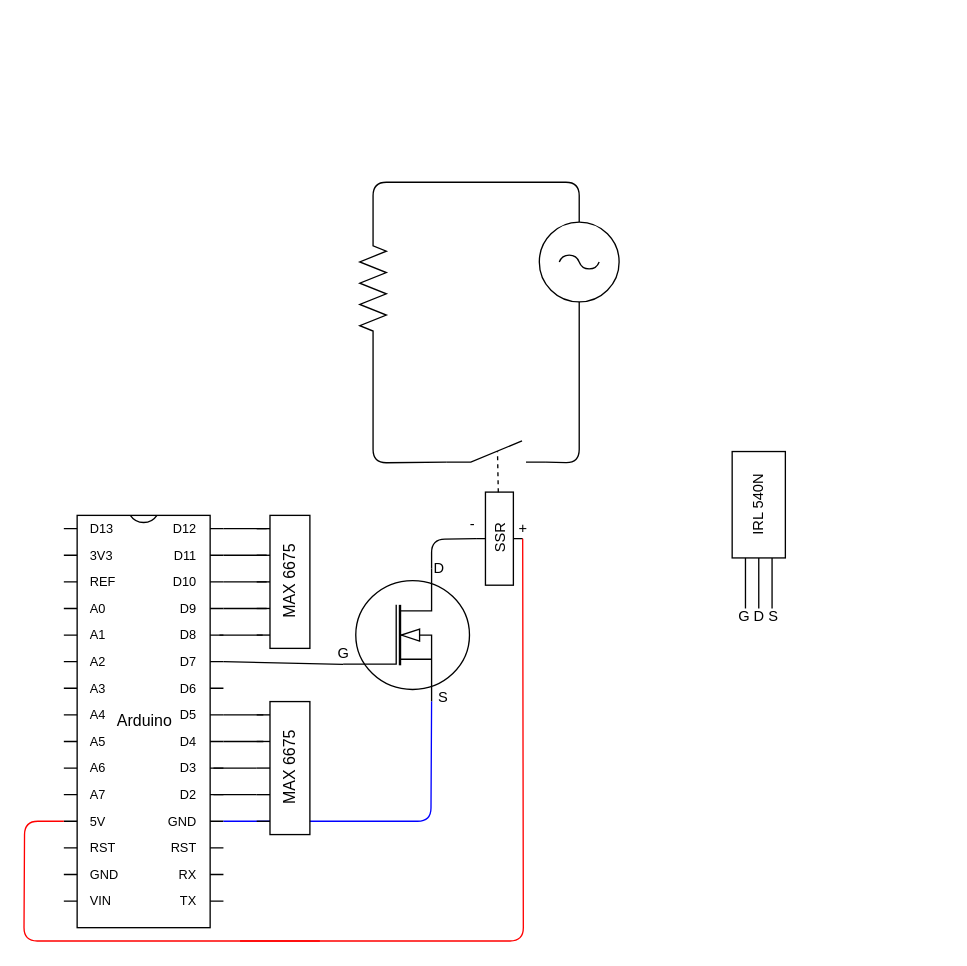
Before: schematics/Roaster.drawio in hallgeirl/coffee-roaster, a draw.io diagram. Source tidied: cells renumbered, new cells numbered last; positions are measured from the earlier drawing's top-left corner, leaving out a move shared by most shapes. Both pictures are drawn from the tidied source at 133%, with x=0, y=0 at pixel (24, 182).
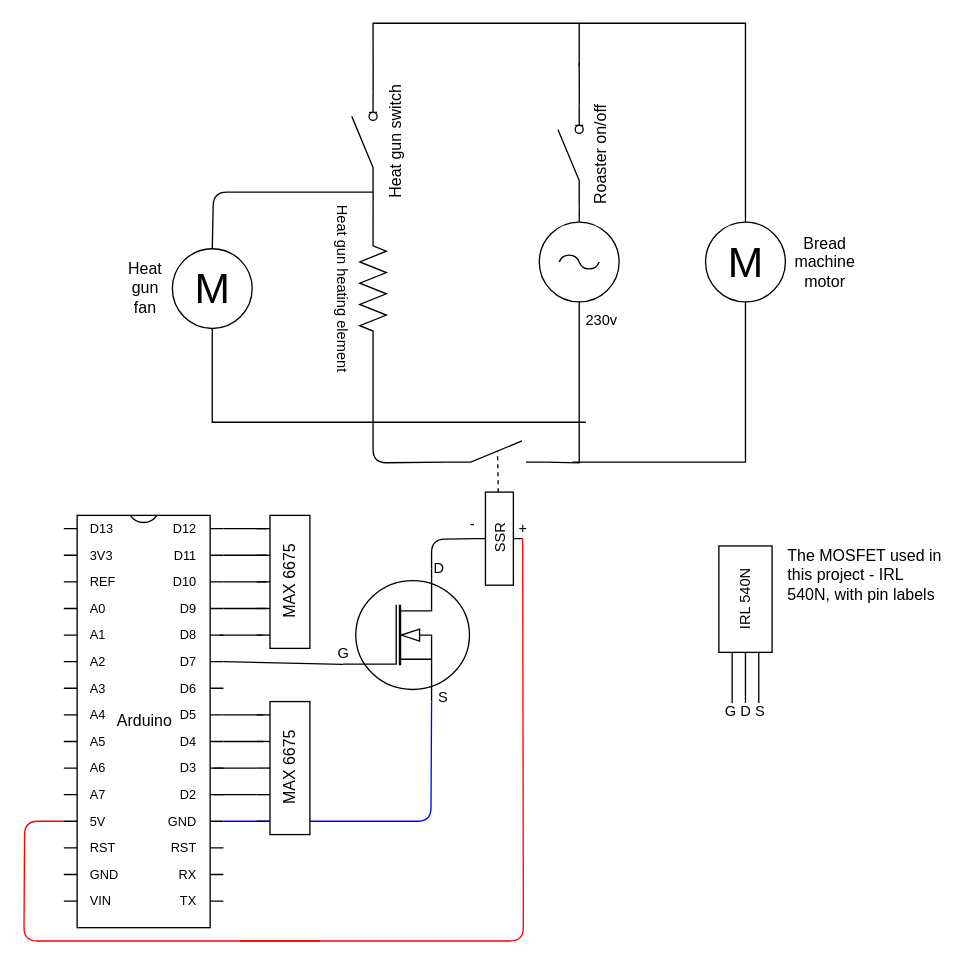
The same page after the edit.

The change refers to these unchanged cells:
```xml
<mxCell id="25" style="verticalLabelPosition=bottom;shadow=0;dashed=0;align=center;fillColor=#ffffff;html=1;verticalAlign=top;strokeWidth=1;shape=mxgraph.electrical.electro-mechanical.make_contact;fontSize=11;" parent="1" vertex="1">
  <mxGeometry x="317" y="194" width="75" height="16" as="geometry" />
</mxCell>
```

Change to the diagram source:
```diff
@@
+    <mxCell id="50" style="edgeStyle=orthogonalEdgeStyle;rounded=0;jettySize=auto;html=1;exitX=0.5;exitY=0;exitDx=0;exitDy=0;exitPerimeter=0;entryX=0;entryY=0.845;entryDx=0;entryDy=0;entryPerimeter=0;endArrow=none;endFill=0;" parent="1" edge="1" source="23" target="52">
+      <mxGeometry relative="1" as="geometry" />
+    </mxCell>
-    <mxCell id="23" style="verticalLabelPosition=bottom;shadow=0;dashed=0;align=center;fillColor=#ffffff;html=1;verticalAlign=top;strokeWidth=1;shape=mxgraph.electrical.signal_sources.ac_source;fontSize=11;" parent="1" vertex="1">
+    <mxCell id="23" value="230v" style="verticalLabelPosition=bottom;shadow=0;dashed=0;align=right;fillColor=#ffffff;html=1;verticalAlign=top;strokeWidth=1;shape=mxgraph.electrical.signal_sources.ac_source;fontSize=11;" parent="1" vertex="1">
       <mxGeometry x="387" y="29.5" width="60" height="60" as="geometry" />
     </mxCell>
@@
-    <mxCell id="31" style="verticalLabelPosition=bottom;shadow=0;dashed=0;align=center;fillColor=#ffffff;html=1;verticalAlign=top;strokeWidth=1;shape=mxgraph.electrical.resistors.resistor_2;fontSize=11;fontColor=#FF0000;rotation=90;" parent="1" vertex="1">
+    <mxCell id="31" value="&lt;font color=&quot;#000000&quot;&gt;Heat gun heating element&lt;/font&gt;" style="verticalLabelPosition=bottom;shadow=0;dashed=0;align=center;fillColor=#ffffff;html=1;verticalAlign=top;strokeWidth=1;shape=mxgraph.electrical.resistors.resistor_2;fontSize=11;fontColor=#FF0000;rotation=90;" parent="1" vertex="1">
       <mxGeometry x="212" y="69.4" width="100" height="20" as="geometry" />
     </mxCell>
-    <mxCell id="32" style="endArrow=none;html=1;strokeColor=#000000;fontSize=11;fontColor=#FF0000;entryX=0.5;entryY=1;entryDx=0;entryDy=0;entryPerimeter=0;exitX=1;exitY=1;exitDx=0;exitDy=0;exitPerimeter=0;" parent="1" edge="1" source="25" target="23">
+    <mxCell id="32" style="endArrow=none;html=1;strokeColor=#000000;fontSize=11;fontColor=#FF0000;entryX=0.5;entryY=1;entryDx=0;entryDy=0;entryPerimeter=0;exitX=1;exitY=1;exitDx=0;exitDy=0;exitPerimeter=0;rounded=0;" parent="1" edge="1" source="25" target="23">
       <mxGeometry relative="1" as="geometry">
         <Array as="points">
           <mxPoint x="417" y="210.5" />
         </Array>
       </mxGeometry>
     </mxCell>
-    <mxCell id="33" style="endArrow=none;html=1;strokeColor=#000000;fontSize=11;fontColor=#FF0000;entryX=0.5;entryY=0;entryDx=0;entryDy=0;entryPerimeter=0;exitX=0;exitY=0.5;exitDx=0;exitDy=0;exitPerimeter=0;" parent="1" edge="1" source="31" target="23">
+    <mxCell id="33" style="endArrow=none;html=1;strokeColor=#000000;fontSize=11;fontColor=#FF0000;rounded=0;exitX=1;exitY=0.845;exitDx=0;exitDy=0;exitPerimeter=0;" parent="1" edge="1" source="54">
       <mxGeometry relative="1" as="geometry">
+        <mxPoint x="417" y="-87.5" as="targetPoint" />
         <Array as="points">
-          <mxPoint x="262" y="-0.5" />
-          <mxPoint x="417" y="-0.5" />
+          <mxPoint x="262" y="-120" />
+          <mxPoint x="417" y="-120" />
         </Array>
       </mxGeometry>
     </mxCell>
@@
     <mxCell id="38" value="&lt;font color=&quot;#000000&quot;&gt;IRL 540N&lt;/font&gt;" style="rounded=0;whiteSpace=wrap;html=1;fontSize=11;fontColor=#FF0000;align=center;horizontal=0;flipH=0;flipV=0;direction=west;" parent="1" vertex="1">
-      <mxGeometry x="532" y="202" width="40" height="80" as="geometry" />
+      <mxGeometry x="522" y="273" width="40" height="80" as="geometry" />
     </mxCell>
     <mxCell id="39" style="endArrow=none;html=1;strokeColor=#000000;fontSize=11;fontColor=#FF0000;entryX=0.75;entryY=0;entryDx=0;entryDy=0;" parent="1" edge="1" target="38">
       <mxGeometry relative="1" as="geometry">
-        <mxPoint x="542" y="320" as="sourcePoint" />
+        <mxPoint x="532" y="391" as="sourcePoint" />
       </mxGeometry>
     </mxCell>
     <mxCell id="40" style="endArrow=none;html=1;strokeColor=#000000;fontSize=11;fontColor=#FF0000;entryX=0.5;entryY=0;entryDx=0;entryDy=0;" parent="1" edge="1" target="38">
       <mxGeometry relative="1" as="geometry">
-        <mxPoint x="552" y="320" as="sourcePoint" />
+        <mxPoint x="542" y="391" as="sourcePoint" />
       </mxGeometry>
     </mxCell>
     <mxCell id="41" style="endArrow=none;html=1;strokeColor=#000000;fontSize=11;fontColor=#FF0000;entryX=0.25;entryY=0;entryDx=0;entryDy=0;" parent="1" edge="1" target="38">
       <mxGeometry relative="1" as="geometry">
-        <mxPoint x="562" y="320" as="sourcePoint" />
+        <mxPoint x="552" y="391" as="sourcePoint" />
       </mxGeometry>
     </mxCell>
@@
     <mxCell id="43" value="G D S" style="text;html=1;strokeColor=none;fillColor=none;align=center;verticalAlign=middle;whiteSpace=wrap;rounded=0;fontSize=11;fontColor=#000000;" parent="1" vertex="1">
-      <mxGeometry x="532" y="315.8" width="40" height="20" as="geometry" />
+      <mxGeometry x="522" y="386.8" width="40" height="20" as="geometry" />
     </mxCell>
@@
+    <mxCell id="51" style="edgeStyle=orthogonalEdgeStyle;rounded=0;jettySize=auto;html=1;exitX=1;exitY=0.845;exitDx=0;exitDy=0;exitPerimeter=0;endArrow=none;endFill=0;" parent="1" edge="1" source="52">
+      <mxGeometry relative="1" as="geometry">
+        <mxPoint x="417" y="-90" as="targetPoint" />
+      </mxGeometry>
+    </mxCell>
+    <mxCell id="52" value="Roaster on/off" style="verticalLabelPosition=bottom;shadow=0;dashed=0;align=center;fillColor=#ffffff;html=1;verticalAlign=top;strokeWidth=1;shape=mxgraph.electrical.electro-mechanical.switch_disconnector;rotation=-90;" parent="1" vertex="1">
+      <mxGeometry x="373" y="-30.2" width="75" height="19" as="geometry" />
+    </mxCell>
+    <mxCell id="53" value="M" style="verticalLabelPosition=middle;shadow=0;dashed=0;align=center;fillColor=#ffffff;html=1;verticalAlign=middle;strokeWidth=1;shape=ellipse;fontSize=32;fontColor=#000000;perimeter=ellipsePerimeter;" parent="1" vertex="1">
+      <mxGeometry x="512" y="29.5" width="60" height="60" as="geometry" />
+    </mxCell>
+    <mxCell id="54" value="Heat gun switch" style="verticalLabelPosition=bottom;shadow=0;dashed=0;align=center;fillColor=#ffffff;html=1;verticalAlign=top;strokeWidth=1;shape=mxgraph.electrical.electro-mechanical.switch_disconnector;rotation=-90;" parent="1" vertex="1">
+      <mxGeometry x="218" y="-40" width="75" height="19" as="geometry" />
+    </mxCell>
+    <mxCell id="55" style="endArrow=none;html=1;rounded=0;entryX=0.5;entryY=0;entryDx=0;entryDy=0;" parent="1" edge="1" target="53">
+      <mxGeometry relative="1" as="geometry">
+        <mxPoint x="417" y="-120" as="sourcePoint" />
+        <Array as="points">
+          <mxPoint x="542" y="-120" />
+        </Array>
+      </mxGeometry>
+    </mxCell>
+    <mxCell id="56" value="Bread machine motor" style="text;html=1;strokeColor=none;fillColor=none;align=center;verticalAlign=middle;whiteSpace=wrap;rounded=0;" parent="1" vertex="1">
+      <mxGeometry x="582" y="49.5" width="40" height="20" as="geometry" />
+    </mxCell>
+    <mxCell id="57" style="endArrow=none;html=1;entryX=0.5;entryY=1;entryDx=0;entryDy=0;rounded=0;" parent="1" edge="1" target="53">
+      <mxGeometry relative="1" as="geometry">
+        <mxPoint x="412" y="210" as="sourcePoint" />
+        <Array as="points">
+          <mxPoint x="542" y="210" />
+        </Array>
+      </mxGeometry>
+    </mxCell>
+    <mxCell id="58" value="The MOSFET used in this project - IRL 540N, with pin labels" style="text;html=1;strokeColor=none;fillColor=none;align=left;verticalAlign=middle;whiteSpace=wrap;rounded=0;" parent="1" vertex="1">
+      <mxGeometry x="572" y="270" width="120" height="50" as="geometry" />
+    </mxCell>
+    <mxCell id="59" style="edgeStyle=orthogonalEdgeStyle;rounded=0;jettySize=auto;html=1;exitX=0.5;exitY=1;exitDx=0;exitDy=0;endArrow=none;endFill=0;" parent="1" edge="1" source="60">
+      <mxGeometry relative="1" as="geometry">
+        <mxPoint x="422" y="180" as="targetPoint" />
+        <Array as="points">
+          <mxPoint x="141" y="180" />
+        </Array>
+      </mxGeometry>
+    </mxCell>
+    <mxCell id="60" value="M" style="verticalLabelPosition=middle;shadow=0;dashed=0;align=center;fillColor=#ffffff;html=1;verticalAlign=middle;strokeWidth=1;shape=ellipse;fontSize=32;fontColor=#000000;perimeter=ellipsePerimeter;" parent="1" vertex="1">
+      <mxGeometry x="111.1" y="49.5" width="60" height="60" as="geometry" />
+    </mxCell>
+    <mxCell id="61" style="endArrow=none;html=1;entryX=0;entryY=0.845;entryDx=0;entryDy=0;entryPerimeter=0;exitX=0;exitY=0.5;exitDx=0;exitDy=0;exitPerimeter=0;" parent="1" edge="1" source="31" target="54">
+      <mxGeometry relative="1" as="geometry" />
+    </mxCell>
+    <mxCell id="62" style="endArrow=none;html=1;entryX=0;entryY=0.845;entryDx=0;entryDy=0;entryPerimeter=0;exitX=0.5;exitY=0;exitDx=0;exitDy=0;" parent="1" edge="1" source="60" target="54">
+      <mxGeometry relative="1" as="geometry">
+        <Array as="points">
+          <mxPoint x="142" y="7" />
+        </Array>
+      </mxGeometry>
+    </mxCell>
+    <mxCell id="63" value="Heat gun fan" style="text;html=1;strokeColor=none;fillColor=none;align=center;verticalAlign=middle;whiteSpace=wrap;rounded=0;" parent="1" vertex="1">
+      <mxGeometry x="71" y="69" width="40" height="20" as="geometry" />
+    </mxCell>
```
